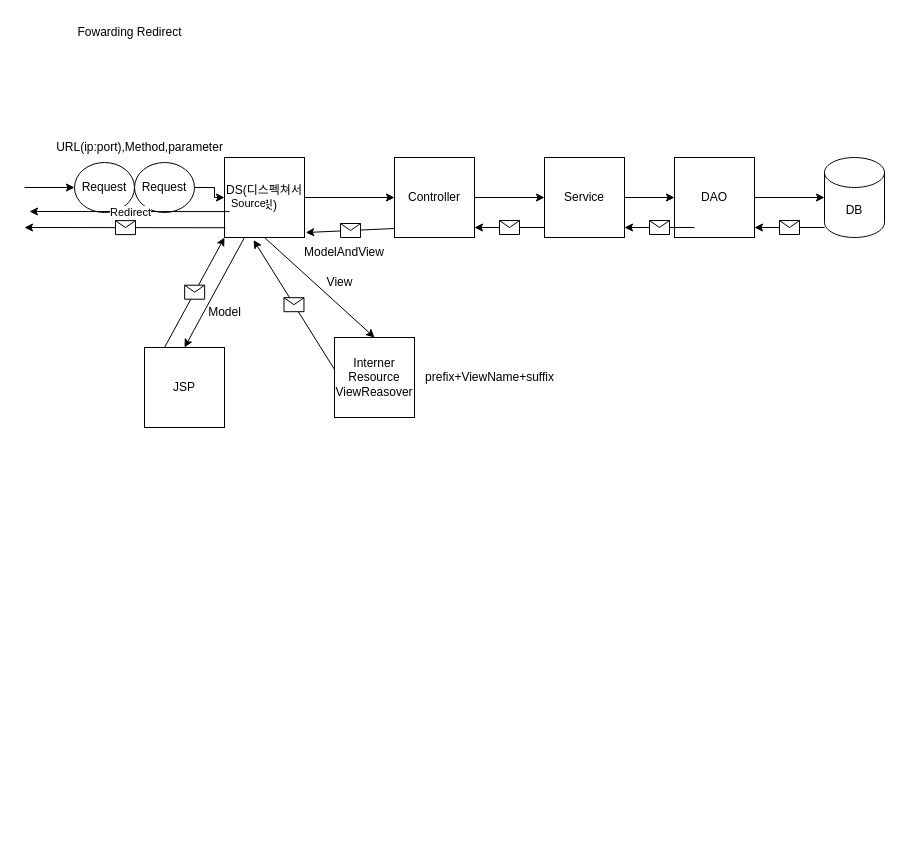
Above: page "페이지-1" (1 of 3) of 제목 없는 다이어그램.drawio in kimtaehyeun/GDJ60_Spring (draw.io), before the change. Source tidied: cells renumbered, new cells numbered last; positions are measured from the earlier drawing's top-left corner, leaving out a move shared by most shapes. Both pictures are drawn from the tidied source at 100%, with x=0, y=0 at pixel (24, 17).
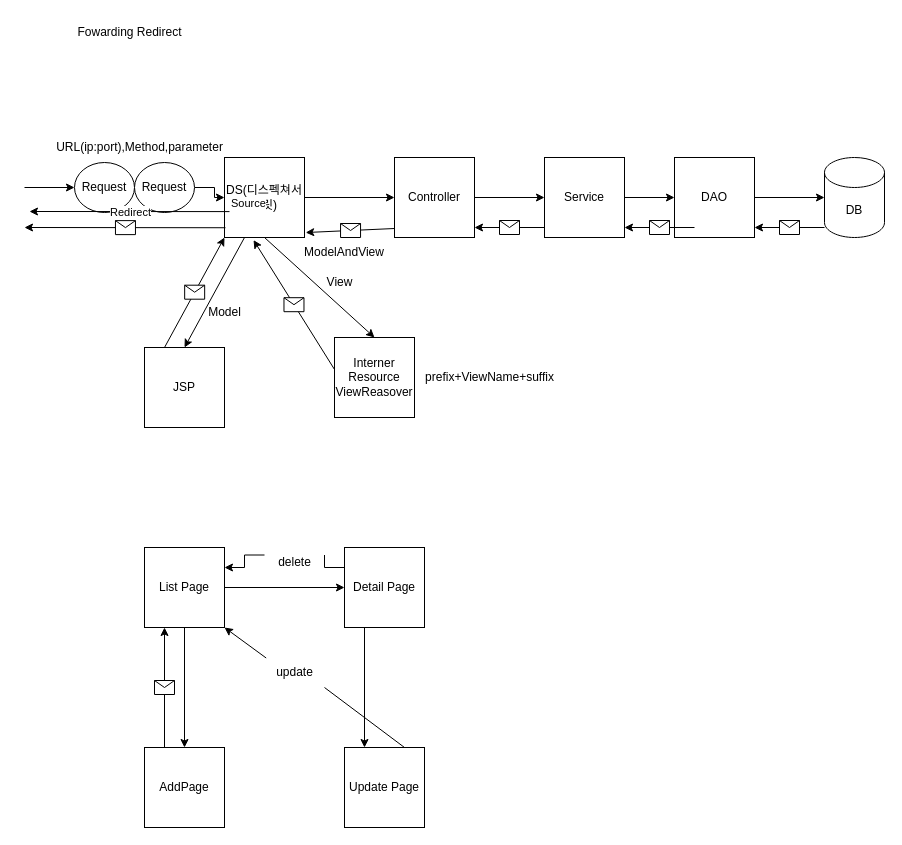
The same diagram, later.

Change to the diagram source:
```diff
@@
+    <mxCell id="43" style="edgeStyle=orthogonalEdgeStyle;rounded=0;jettySize=auto;html=1;exitX=1;exitY=0.5;exitDx=0;exitDy=0;entryX=0;entryY=0.5;entryDx=0;entryDy=0;" parent="1" edge="1" source="45" target="48">
+      <mxGeometry relative="1" as="geometry" />
+    </mxCell>
+    <mxCell id="44" style="edgeStyle=orthogonalEdgeStyle;rounded=0;jettySize=auto;html=1;exitX=0.5;exitY=1;exitDx=0;exitDy=0;entryX=0.5;entryY=0;entryDx=0;entryDy=0;" parent="1" edge="1" source="45" target="49">
+      <mxGeometry relative="1" as="geometry" />
+    </mxCell>
+    <mxCell id="45" value="List Page" style="whiteSpace=wrap;html=1;" parent="1" vertex="1">
+      <mxGeometry x="120" y="530" width="80" height="80" as="geometry" />
+    </mxCell>
+    <mxCell id="46" style="edgeStyle=orthogonalEdgeStyle;rounded=0;jettySize=auto;html=1;exitX=0.25;exitY=1;exitDx=0;exitDy=0;entryX=0.25;entryY=0;entryDx=0;entryDy=0;" parent="1" edge="1" source="48" target="52">
+      <mxGeometry relative="1" as="geometry" />
+    </mxCell>
+    <mxCell id="47" style="edgeStyle=orthogonalEdgeStyle;rounded=0;jettySize=auto;html=1;exitX=0;exitY=0.25;exitDx=0;exitDy=0;entryX=1;entryY=0.25;entryDx=0;entryDy=0;startArrow=none;" parent="1" edge="1" source="57" target="45">
+      <mxGeometry relative="1" as="geometry" />
+    </mxCell>
+    <mxCell id="48" value="Detail Page" style="whiteSpace=wrap;html=1;" parent="1" vertex="1">
+      <mxGeometry x="320" y="530" width="80" height="80" as="geometry" />
+    </mxCell>
+    <mxCell id="49" value="AddPage" style="whiteSpace=wrap;html=1;" parent="1" vertex="1">
+      <mxGeometry x="120" y="730" width="80" height="80" as="geometry" />
+    </mxCell>
+    <mxCell id="50" style="endArrow=classic;html=1;rounded=0;exitX=0.25;exitY=0;exitDx=0;exitDy=0;entryX=0.25;entryY=1;entryDx=0;entryDy=0;" parent="1" edge="1" source="49" target="45">
+      <mxGeometry relative="1" as="geometry" />
+    </mxCell>
+    <mxCell id="51" style="shape=message;html=1;" parent="50" vertex="1">
+      <mxGeometry width="20" height="14" relative="1" as="geometry">
+        <mxPoint x="-10" y="-7" as="offset" />
+      </mxGeometry>
+    </mxCell>
+    <mxCell id="52" value="Update Page" style="whiteSpace=wrap;html=1;" parent="1" vertex="1">
+      <mxGeometry x="320" y="730" width="80" height="80" as="geometry" />
+    </mxCell>
+    <mxCell id="53" style="endArrow=classic;html=1;rounded=0;exitX=0.028;exitY=0.017;exitDx=0;exitDy=0;entryX=1;entryY=1;entryDx=0;entryDy=0;startArrow=none;exitPerimeter=0;" parent="1" edge="1" source="55" target="45">
+      <mxGeometry relative="1" as="geometry" />
+    </mxCell>
+    <mxCell id="54" style="endArrow=none;html=1;rounded=0;exitX=0.75;exitY=0;exitDx=0;exitDy=0;entryX=1;entryY=1;entryDx=0;entryDy=0;" parent="1" edge="1" source="52" target="55">
+      <mxGeometry relative="1" as="geometry" />
+    </mxCell>
+    <mxCell id="55" value="update" style="text;html=1;align=center;verticalAlign=middle;points=[];strokeColor=none;fillColor=none;" parent="1" vertex="1">
+      <mxGeometry x="240" y="640" width="60" height="30" as="geometry" />
+    </mxCell>
+    <mxCell id="56" style="edgeStyle=orthogonalEdgeStyle;rounded=0;jettySize=auto;html=1;exitX=0;exitY=0.25;exitDx=0;exitDy=0;entryX=1;entryY=0.25;entryDx=0;entryDy=0;endArrow=none;" parent="1" edge="1" source="48" target="57">
+      <mxGeometry relative="1" as="geometry" />
+    </mxCell>
+    <mxCell id="57" value="delete" style="text;html=1;align=center;verticalAlign=middle;points=[];strokeColor=none;fillColor=none;" parent="1" vertex="1">
+      <mxGeometry x="240" y="530" width="60" height="30" as="geometry" />
+    </mxCell>
```
